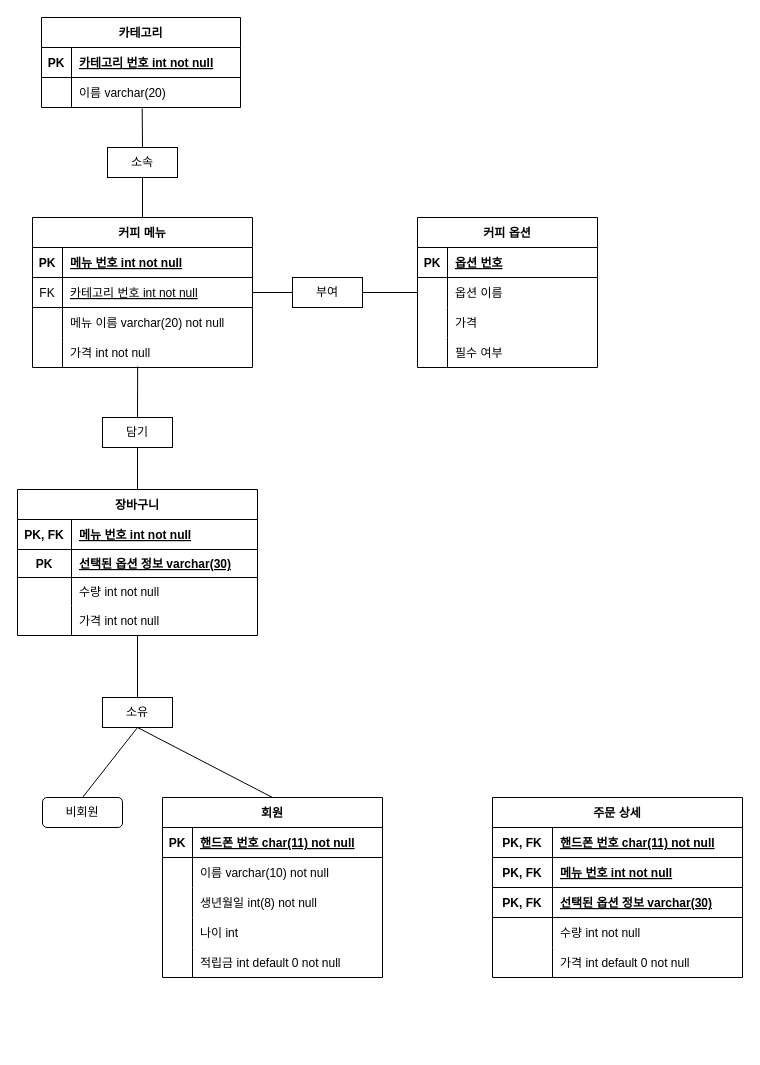
Above: physical_ERD.drawio in jdohun/22-1Database (draw.io), before the change. Source tidied: cells renumbered, new cells numbered last; positions are measured from the earlier drawing's top-left corner, leaving out a move shared by most shapes. Both pictures are drawn from the tidied source at 100%, with x=0, y=0 at pixel (17, 17).
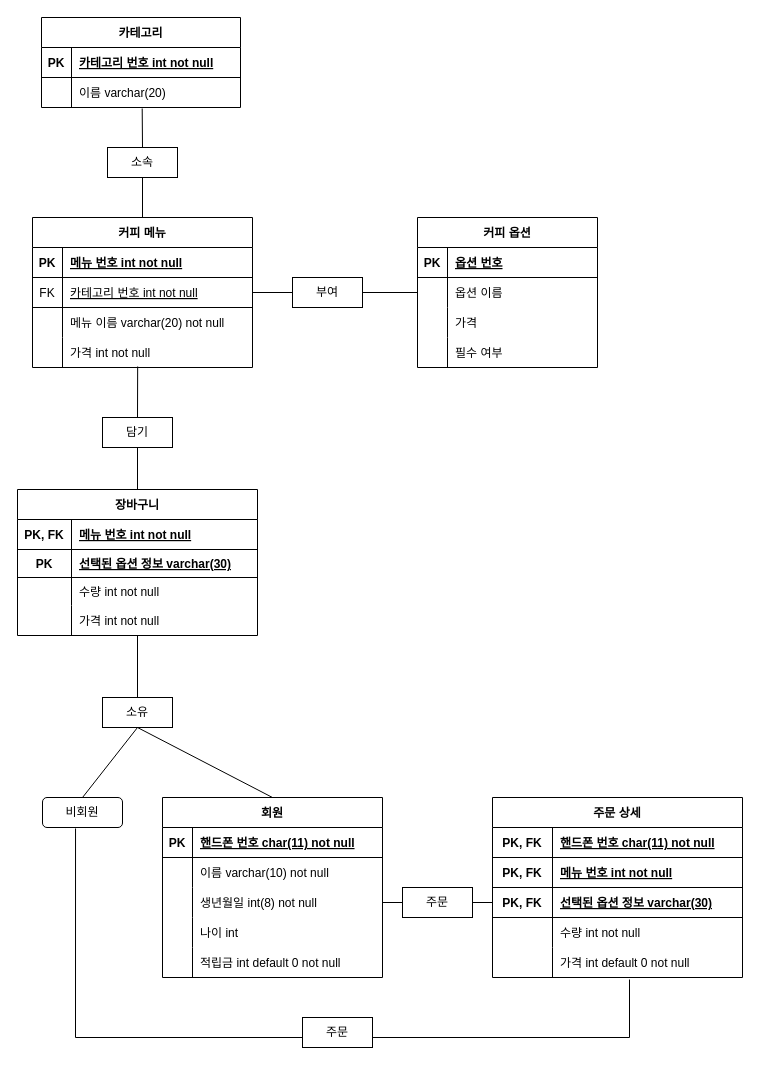
Above is the later version.

The change refers to these unchanged cells:
```xml
<mxCell id="58" value="비회원" style="rounded=1;whiteSpace=wrap;html=1;" parent="1" vertex="1">
  <mxGeometry x="25" y="780" width="80" height="30" as="geometry" />
</mxCell>
<mxCell id="67" style="shape=tableRow;horizontal=0;startSize=0;swimlaneHead=0;swimlaneBody=0;fillColor=none;points=[[0,0.5],[1,0.5]];portConstraint=eastwest;top=0;left=0;right=0;bottom=0;" parent="60" vertex="1">
  <mxGeometry y="90" width="220" height="30" as="geometry" />
</mxCell>
<mxCell id="85" style="shape=tableRow;horizontal=0;startSize=0;swimlaneHead=0;swimlaneBody=0;fillColor=none;points=[[0,0.5],[1,0.5]];portConstraint=eastwest;top=0;left=0;right=0;bottom=1;" parent="78" vertex="1">
  <mxGeometry y="90" width="250" height="30" as="geometry" />
</mxCell>
<mxCell id="91" style="shape=tableRow;horizontal=0;startSize=0;swimlaneHead=0;swimlaneBody=0;fillColor=none;points=[[0,0.5],[1,0.5]];portConstraint=eastwest;top=0;left=0;right=0;bottom=0;" parent="78" vertex="1">
  <mxGeometry y="150" width="250" height="30" as="geometry" />
</mxCell>
```

The edit, as a diff of the source:
```diff
@@
+    <mxCell id="94" style="endArrow=none;html=1;rounded=0;entryX=0.413;entryY=1.033;entryDx=0;entryDy=0;entryPerimeter=0;exitX=0.548;exitY=1.067;exitDx=0;exitDy=0;exitPerimeter=0;" parent="1" edge="1" source="91" target="58">
+      <mxGeometry relative="1" as="geometry">
+        <Array as="points">
+          <mxPoint x="612" y="1020" />
+          <mxPoint x="58" y="1020" />
+        </Array>
+      </mxGeometry>
+    </mxCell>
+    <mxCell id="95" value="주문" style="rounded=0;whiteSpace=wrap;html=1;" parent="1" vertex="1">
+      <mxGeometry x="285" y="1000" width="70" height="30" as="geometry" />
+    </mxCell>
+    <mxCell id="96" value="주문" style="rounded=0;whiteSpace=wrap;html=1;" parent="1" vertex="1">
+      <mxGeometry x="385" y="870" width="70" height="30" as="geometry" />
+    </mxCell>
+    <mxCell id="97" style="endArrow=none;html=1;rounded=0;exitX=0;exitY=0.5;exitDx=0;exitDy=0;entryX=1;entryY=0.5;entryDx=0;entryDy=0;" parent="1" edge="1" source="96" target="67">
+      <mxGeometry relative="1" as="geometry" />
+    </mxCell>
+    <mxCell id="98" style="endArrow=none;html=1;rounded=0;exitX=0;exitY=0.5;exitDx=0;exitDy=0;entryX=1;entryY=0.5;entryDx=0;entryDy=0;" parent="1" edge="1" source="85" target="96">
+      <mxGeometry relative="1" as="geometry" />
+    </mxCell>
```
